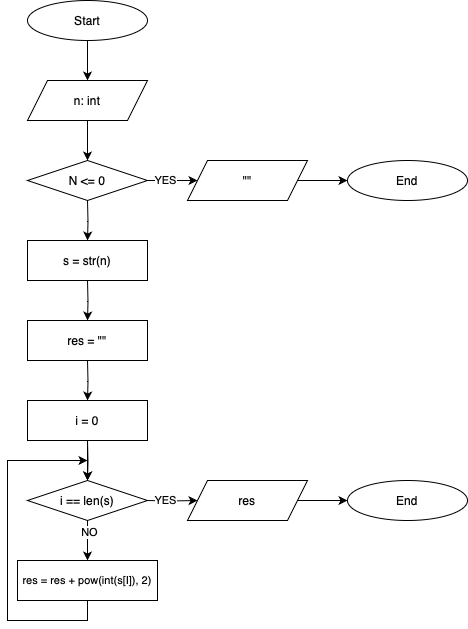
carlodenardin/multimodal-human-eval keeps this draw.io diagram as data/diagrams/psb2/square digits/fc/l3.drawio.png. Above is the earlier version. Source tidied: cells renumbered, new cells last; positions are measured from the earlier drawing's top-left corner, leaving out a move shared by most shapes.
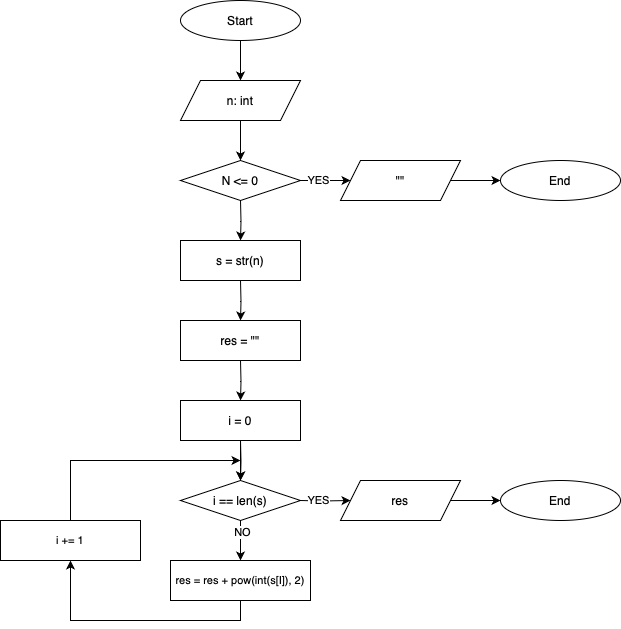
Above is the later version.

Change to the diagram source:
```diff
@@ -72,6 +72,9 @@
     <mxCell id="23" style="edgeStyle=orthogonalEdgeStyle;rounded=0;jettySize=auto;html=1;entryX=0;entryY=0.5;entryDx=0;entryDy=0;exitX=1;exitY=0.5;exitDx=0;exitDy=0;" parent="1" edge="1" source="19" target="20">
       <mxGeometry relative="1" as="geometry" />
     </mxCell>
+    <mxCell id="30" style="edgeStyle=orthogonalEdgeStyle;rounded=0;jettySize=auto;html=1;exitX=0.5;exitY=1;exitDx=0;exitDy=0;entryX=0.5;entryY=1;entryDx=0;entryDy=0;" parent="1" edge="1" source="24" target="32">
+      <mxGeometry relative="1" as="geometry" />
+    </mxCell>
     <mxCell id="24" value="res = res + pow(int(s[I]), 2)" style="rounded=0;whiteSpace=wrap;html=1;fontSize=11;" parent="1" vertex="1">
       <mxGeometry x="10" y="560" width="140" height="40" as="geometry" />
     </mxCell>
@@ -95,15 +98,16 @@
         <mxPoint x="80" y="440" as="sourcePoint" />
       </mxGeometry>
     </mxCell>
-    <mxCell id="29" style="edgeStyle=orthogonalEdgeStyle;rounded=0;jettySize=auto;html=1;exitX=0.5;exitY=1;exitDx=0;exitDy=0;" parent="1" edge="1" source="24">
-      <mxGeometry relative="1" as="geometry">
-        <mxPoint x="80" y="460" as="targetPoint" />
-        <Array as="points">
-          <mxPoint x="80" y="620" />
-          <mxPoint y="620" />
-          <mxPoint y="460" />
-        </Array>
-      </mxGeometry>
-    </mxCell>
+    <mxCell id="31" style="edgeStyle=orthogonalEdgeStyle;rounded=0;jettySize=auto;html=1;exitX=0.5;exitY=0;exitDx=0;exitDy=0;" parent="1" edge="1" source="32">
+      <mxGeometry relative="1" as="geometry">
+        <mxPoint x="80" y="460" as="targetPoint" />
+        <Array as="points">
+          <mxPoint x="-90" y="460" />
+        </Array>
+      </mxGeometry>
+    </mxCell>
+    <mxCell id="32" value="i += 1" style="rounded=0;whiteSpace=wrap;html=1;fontSize=11;" parent="1" vertex="1">
+      <mxGeometry x="-160" y="520" width="140" height="40" as="geometry" />
+    </mxCell>
   </root>
 </mxGraphModel>
```
